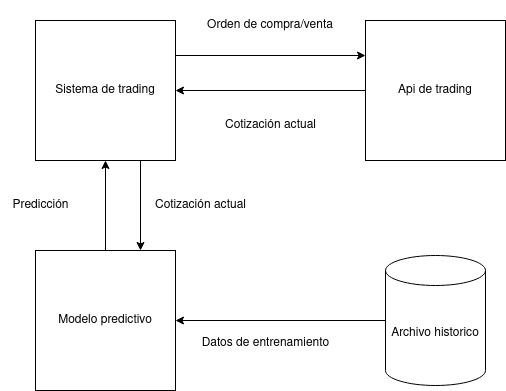
The draw.io diagram Figures/bloques-tp-final.drawio.png in LeoCenturion/Plantilla-para-memoria, before a commit. Source tidied: cells renumbered, new cells last; positions are measured from the earlier drawing's top-left corner, leaving out a move shared by most shapes. Source of this version:
```xml
<mxGraphModel>
  <root>
    <mxCell id="0" />
    <mxCell id="1" parent="0" />
    <mxCell id="2" style="edgeStyle=orthogonalEdgeStyle;rounded=0;jettySize=auto;html=1;" parent="1" edge="1" source="3" target="6">
      <mxGeometry relative="1" as="geometry" />
    </mxCell>
    <mxCell id="3" value="Api de trading" style="whiteSpace=wrap;html=1;" parent="1" vertex="1">
      <mxGeometry x="365" y="20" width="140" height="140" as="geometry" />
    </mxCell>
    <mxCell id="4" style="edgeStyle=orthogonalEdgeStyle;rounded=0;jettySize=auto;html=1;exitX=1;exitY=0.25;exitDx=0;exitDy=0;entryX=0;entryY=0.25;entryDx=0;entryDy=0;" parent="1" edge="1" source="6" target="3">
      <mxGeometry relative="1" as="geometry" />
    </mxCell>
    <mxCell id="5" style="edgeStyle=orthogonalEdgeStyle;rounded=0;jettySize=auto;html=1;exitX=0.75;exitY=1;exitDx=0;exitDy=0;entryX=0.75;entryY=0;entryDx=0;entryDy=0;" parent="1" edge="1" source="6" target="8">
      <mxGeometry relative="1" as="geometry" />
    </mxCell>
    <mxCell id="6" value="Sistema de trading" style="whiteSpace=wrap;html=1;" parent="1" vertex="1">
      <mxGeometry x="35" y="20" width="140" height="140" as="geometry" />
    </mxCell>
    <mxCell id="7" style="edgeStyle=orthogonalEdgeStyle;rounded=0;jettySize=auto;html=1;entryX=0.5;entryY=1;entryDx=0;entryDy=0;" parent="1" edge="1" source="8" target="6">
      <mxGeometry relative="1" as="geometry" />
    </mxCell>
    <mxCell id="8" value="Modelo predictivo" style="whiteSpace=wrap;html=1;" parent="1" vertex="1">
      <mxGeometry x="35" y="250" width="140" height="140" as="geometry" />
    </mxCell>
    <mxCell id="9" value="Orden de compra/venta" style="text;html=1;align=center;verticalAlign=middle;whiteSpace=wrap;rounded=0;" parent="1" vertex="1">
      <mxGeometry x="205" width="130" height="50" as="geometry" />
    </mxCell>
    <mxCell id="10" value="Cotización actual" style="text;html=1;align=center;verticalAlign=middle;strokeColor=none;fillColor=none;" parent="1" vertex="1">
      <mxGeometry x="215" y="110" width="110" height="30" as="geometry" />
    </mxCell>
    <mxCell id="11" value="Cotización actual" style="text;html=1;align=center;verticalAlign=middle;strokeColor=none;fillColor=none;" parent="1" vertex="1">
      <mxGeometry x="145" y="190" width="110" height="30" as="geometry" />
    </mxCell>
    <mxCell id="12" value="Predicción" style="text;html=1;align=center;verticalAlign=middle;strokeColor=none;fillColor=none;" parent="1" vertex="1">
      <mxGeometry y="190" width="80" height="30" as="geometry" />
    </mxCell>
    <mxCell id="13" style="edgeStyle=orthogonalEdgeStyle;rounded=0;jettySize=auto;html=1;" parent="1" edge="1" source="14" target="8">
      <mxGeometry relative="1" as="geometry" />
    </mxCell>
    <mxCell id="14" value="Archivo historico" style="shape=cylinder3;whiteSpace=wrap;html=1;boundedLbl=1;backgroundOutline=1;size=15;" parent="1" vertex="1">
      <mxGeometry x="385" y="255" width="100" height="130" as="geometry" />
    </mxCell>
    <mxCell id="15" value="Datos de entrenamiento" style="text;html=1;align=center;verticalAlign=middle;strokeColor=none;fillColor=none;" parent="1" vertex="1">
      <mxGeometry x="190" y="328" width="150" height="30" as="geometry" />
    </mxCell>
  </root>
</mxGraphModel>
```
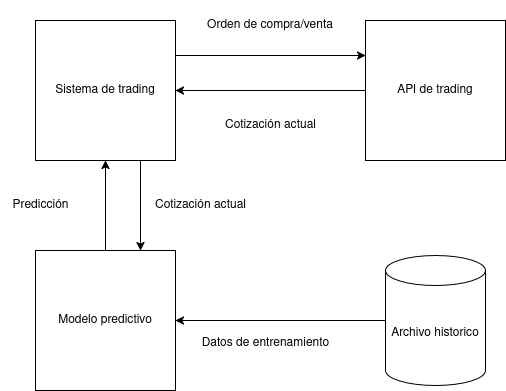
After the commit.

Diff of the diagram source:
```diff
@@ -5,7 +5,7 @@
     <mxCell id="2" style="edgeStyle=orthogonalEdgeStyle;rounded=0;jettySize=auto;html=1;" parent="1" edge="1" source="3" target="6">
       <mxGeometry relative="1" as="geometry" />
     </mxCell>
-    <mxCell id="3" value="Api de trading" style="whiteSpace=wrap;html=1;" parent="1" vertex="1">
+    <mxCell id="3" value="API de trading" style="whiteSpace=wrap;html=1;" parent="1" vertex="1">
       <mxGeometry x="365" y="20" width="140" height="140" as="geometry" />
     </mxCell>
     <mxCell id="4" style="edgeStyle=orthogonalEdgeStyle;rounded=0;jettySize=auto;html=1;exitX=1;exitY=0.25;exitDx=0;exitDy=0;entryX=0;entryY=0.25;entryDx=0;entryDy=0;" parent="1" edge="1" source="6" target="3">
```
